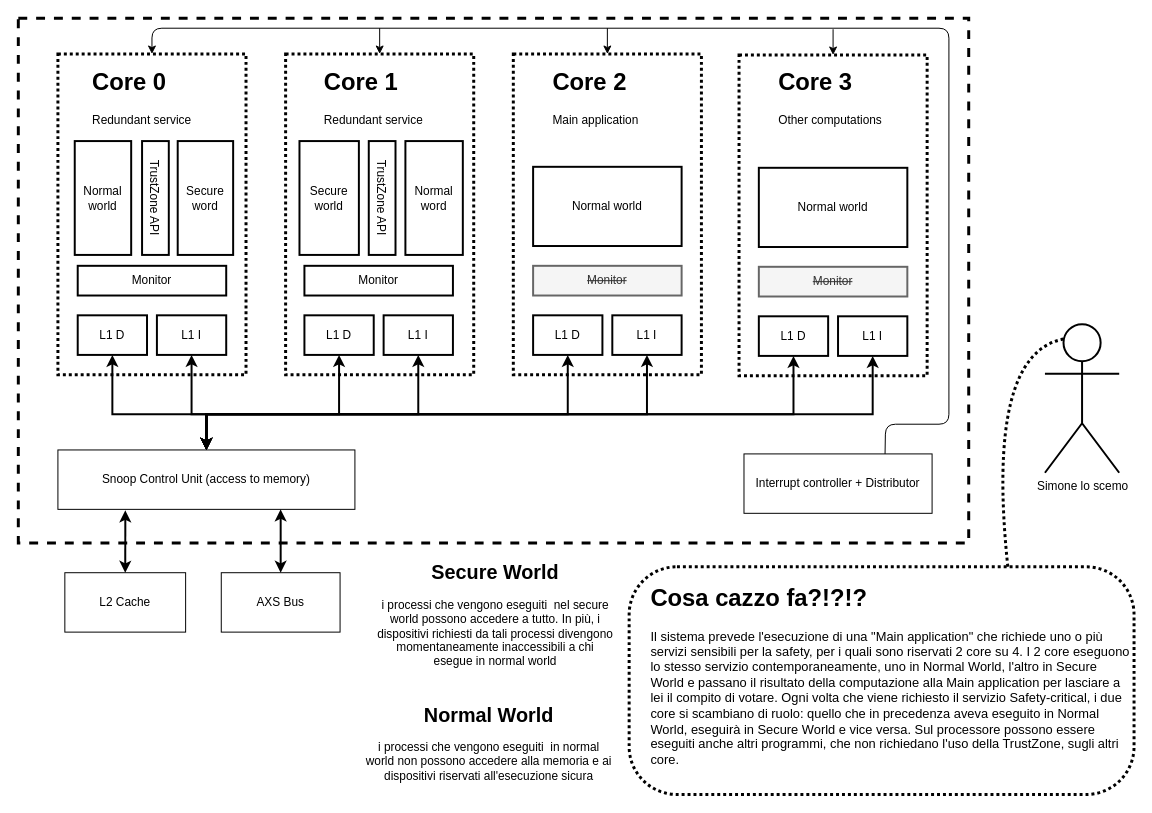
Above: page "Page-4" (3 of 4) of Untitled Diagram.drawio in gabrielegiannini/quality-and-certification-project (draw.io), before the change. Source tidied: cells renumbered, new cells numbered last; positions are measured from the earlier drawing's top-left corner, leaving out a move shared by most shapes. Both pictures are drawn from the tidied source at 99%, with x=0, y=0 at pixel (18, 18).
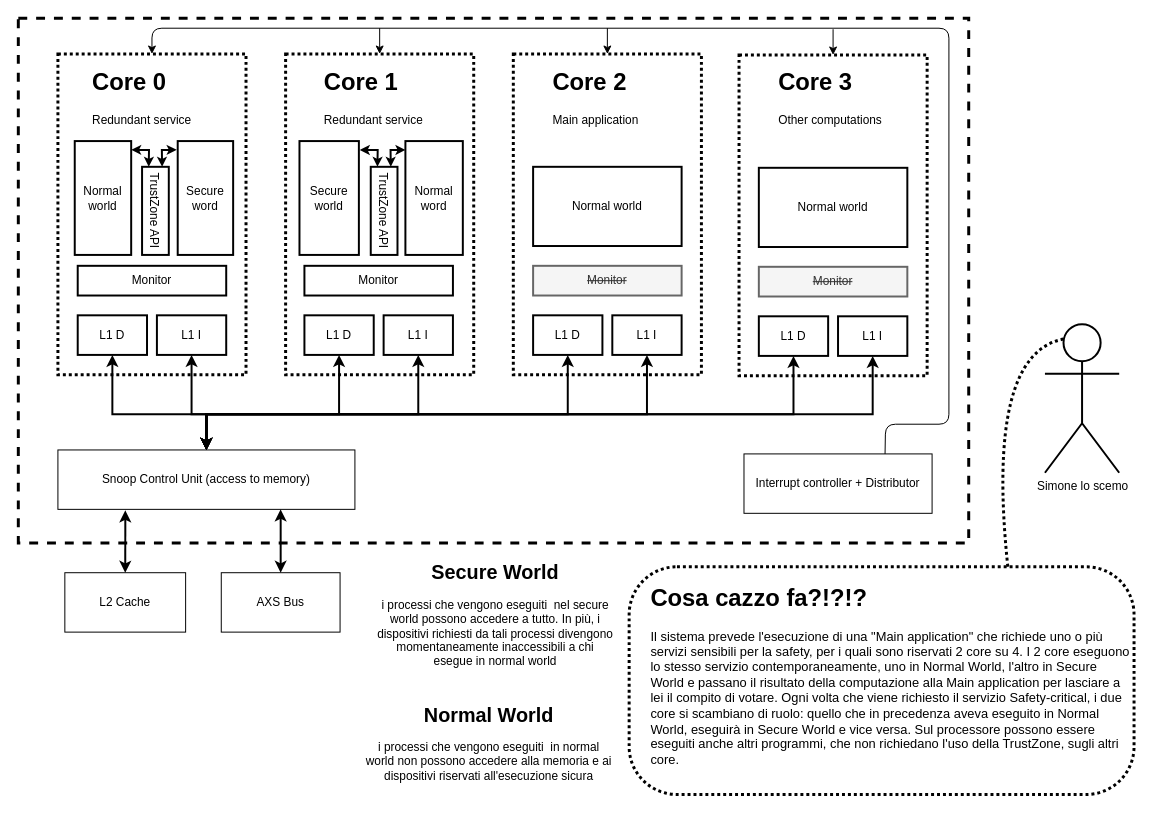
The same diagram, later.

The change refers to these unchanged cells:
```xml
<mxCell id="10" value="Normal world" style="rounded=0;whiteSpace=wrap;html=1;strokeWidth=2;fillColor=none;strokeColor=#000000;" parent="1" vertex="1">
  <mxGeometry x="57" y="124" width="57" height="115" as="geometry" />
</mxCell>
<mxCell id="11" value="Secure word" style="rounded=0;whiteSpace=wrap;html=1;strokeWidth=2;fillColor=none;strokeColor=#000000;" parent="1" vertex="1">
  <mxGeometry x="161" y="124" width="56" height="115" as="geometry" />
</mxCell>
```

Change to the diagram source:
```diff
@@
     <mxCell id="49" value="TrustZone API" style="rounded=0;whiteSpace=wrap;html=1;fillColor=none;strokeWidth=2;rotation=90;" parent="1" vertex="1">
-      <mxGeometry x="81" y="168" width="115" height="27" as="geometry" />
+      <mxGeometry x="94" y="181" width="89" height="27" as="geometry" />
     </mxCell>
-    <mxCell id="50" value="TrustZone API" style="rounded=0;whiteSpace=wrap;html=1;fillColor=none;strokeWidth=2;rotation=90;" parent="1" vertex="1">
-      <mxGeometry x="310" y="168" width="115" height="27" as="geometry" />
-    </mxCell>
@@
+    <mxCell id="55" style="endArrow=classic;startArrow=classic;html=1;strokeWidth=2;exitX=1;exitY=0.077;exitDx=0;exitDy=0;exitPerimeter=0;entryX=0;entryY=0.75;entryDx=0;entryDy=0;rounded=0;endSize=4;startSize=4;" parent="1" edge="1" source="10" target="49">
+      <mxGeometry relative="1" as="geometry">
+        <Array as="points">
+          <mxPoint x="132" y="133" />
+        </Array>
+      </mxGeometry>
+    </mxCell>
+    <mxCell id="56" style="endArrow=classic;startArrow=classic;html=1;strokeWidth=2;exitX=-0.018;exitY=0.077;exitDx=0;exitDy=0;exitPerimeter=0;entryX=0;entryY=0.25;entryDx=0;entryDy=0;rounded=0;endSize=4;startSize=4;" parent="1" edge="1" source="11" target="49">
+      <mxGeometry relative="1" as="geometry">
+        <Array as="points">
+          <mxPoint x="145" y="133" />
+        </Array>
+      </mxGeometry>
+    </mxCell>
+    <mxCell id="50" value="TrustZone API" style="rounded=0;whiteSpace=wrap;html=1;fillColor=none;strokeWidth=2;rotation=90;" parent="1" vertex="1">
+      <mxGeometry x="325" y="181" width="89" height="27" as="geometry" />
+    </mxCell>
+    <mxCell id="57" style="endArrow=classic;startArrow=classic;html=1;strokeWidth=2;exitX=1;exitY=0.077;exitDx=0;exitDy=0;exitPerimeter=0;entryX=0;entryY=0.75;entryDx=0;entryDy=0;rounded=0;endSize=4;startSize=4;" parent="1" edge="1" target="50">
+      <mxGeometry relative="1" as="geometry">
+        <mxPoint x="344.9" y="133" as="sourcePoint" />
+        <Array as="points">
+          <mxPoint x="363" y="133" />
+        </Array>
+      </mxGeometry>
+    </mxCell>
+    <mxCell id="58" style="endArrow=classic;startArrow=classic;html=1;strokeWidth=2;exitX=-0.018;exitY=0.077;exitDx=0;exitDy=0;exitPerimeter=0;entryX=0;entryY=0.25;entryDx=0;entryDy=0;rounded=0;endSize=4;startSize=4;" parent="1" edge="1" target="50">
+      <mxGeometry relative="1" as="geometry">
+        <mxPoint x="391.1" y="133" as="sourcePoint" />
+        <Array as="points">
+          <mxPoint x="376" y="133" />
+        </Array>
+      </mxGeometry>
+    </mxCell>
```
